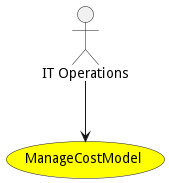
This is docs/edgemere/sml/cb/usecases/managecostmodel/Activities.png from madajaju/edgemere, a PlantUML export, as it was before one commit.
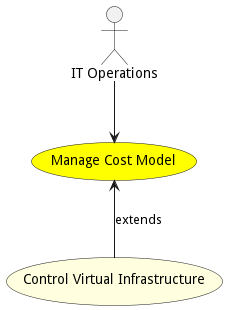
After the change.

What changed in the source:
```diff
@@ -1,7 +1,7 @@
 @startuml
 
 
-usecase "ManageCostModel" as ManageCostModel #yellow
+usecase "Manage Cost Model" as ManageCostModel #yellow
 
 Actor "IT Operations" as ITOperations
 
@@ -11,6 +11,10 @@
 
 
 
+usecase "Control Virtual Infrastructure" as ControlVirtualInfrastructure #lightyellow
+
+ManageCostModel <-- ControlVirtualInfrastructure : extends
+
 
 
 
```
